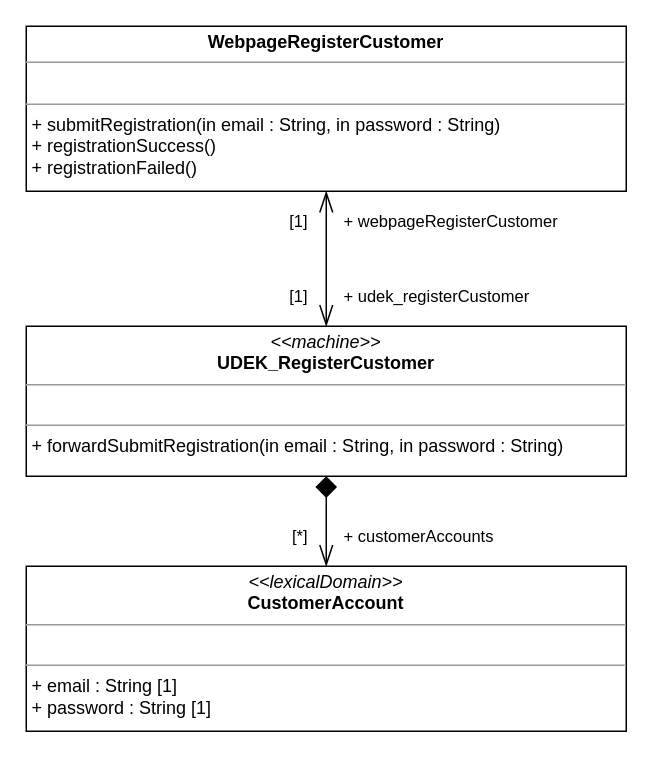
This is a06_class_diagram_RegisterCustomer.drawio from melvdlin/swtlab, a draw.io file, before an edit. Source tidied: cells renumbered, new cells numbered last; positions are measured from the earlier drawing's top-left corner, leaving out a move shared by most shapes. Both pictures are drawn from the tidied source at 150%, with x=0, y=0 at pixel (26, 26).
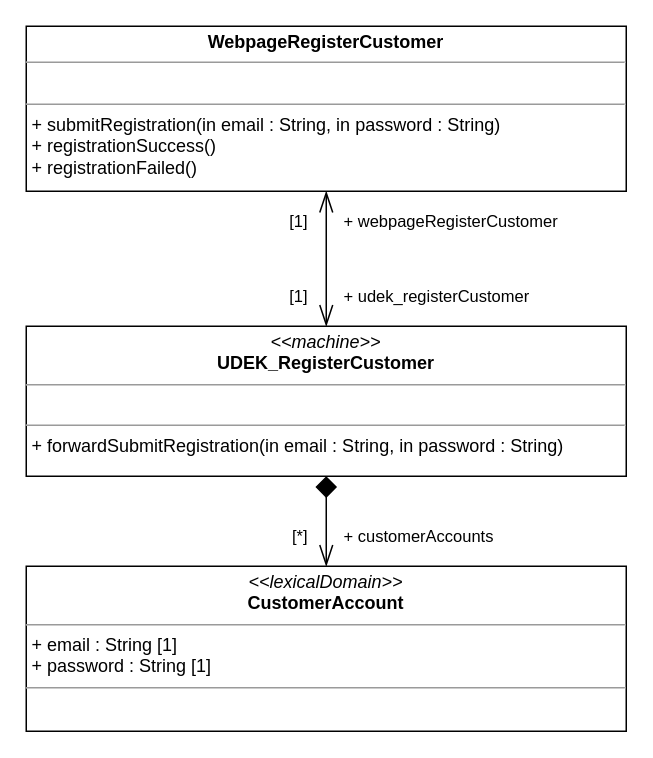
After the change.

The edit, as a diff of the source:
```diff
@@
 <mxGraphModel>
   <root>
     <mxCell id="0" />
     <mxCell id="1" parent="0" />
     <mxCell id="2" style="rounded=0;jettySize=auto;html=1;startArrow=openThin;startFill=0;endArrow=openThin;endFill=0;endSize=12;startSize=12;" parent="1" edge="1" source="4" target="5">
       <mxGeometry relative="1" as="geometry" />
     </mxCell>
     <mxCell id="3" style="edgeStyle=none;shape=connector;rounded=0;jettySize=auto;html=1;labelBackgroundColor=default;fontFamily=Helvetica;fontSize=11;fontColor=default;startArrow=diamond;startFill=1;endArrow=openThin;endFill=0;startSize=12;endSize=12;strokeColor=default;" parent="1" edge="1" source="4" target="8">
       <mxGeometry relative="1" as="geometry" />
     </mxCell>
     <mxCell id="4" value="&lt;p style=&quot;margin: 0px ; margin-top: 4px ; text-align: center&quot;&gt;&lt;i&gt;&amp;lt;&amp;lt;machine&amp;gt;&amp;gt;&lt;/i&gt;&lt;br&gt;&lt;b&gt;UDEK_RegisterCustomer&lt;/b&gt;&lt;/p&gt;&lt;hr size=&quot;1&quot;&gt;&lt;p style=&quot;margin: 0px ; margin-left: 4px&quot;&gt;&lt;br&gt;&lt;/p&gt;&lt;hr size=&quot;1&quot;&gt;&lt;p style=&quot;margin: 0px ; margin-left: 4px&quot;&gt;+ forwardSubmitRegistration(in email : String, in password : String)&lt;br&gt;&lt;/p&gt;" style="verticalAlign=top;align=left;overflow=fill;fontSize=12;fontFamily=Helvetica;html=1;rounded=0;shadow=0;glass=0;comic=0;sketch=0;fontColor=default;gradientColor=none;" parent="1" vertex="1">
       <mxGeometry y="200" width="400" height="100" as="geometry" />
     </mxCell>
     <mxCell id="5" value="&lt;p style=&quot;margin: 0px ; margin-top: 4px ; text-align: center&quot;&gt;&lt;b&gt;WebpageRegisterCustomer&lt;/b&gt;&lt;/p&gt;&lt;hr size=&quot;1&quot;&gt;&lt;p style=&quot;margin: 0px ; margin-left: 4px&quot;&gt;&lt;br&gt;&lt;/p&gt;&lt;hr size=&quot;1&quot;&gt;&lt;p style=&quot;margin: 0px ; margin-left: 4px&quot;&gt;+ submitRegistration(in email : String, in password : String)&lt;/p&gt;&lt;p style=&quot;margin: 0px ; margin-left: 4px&quot;&gt;+ registrationSuccess()&lt;/p&gt;&lt;p style=&quot;margin: 0px ; margin-left: 4px&quot;&gt;+ registrationFailed()&lt;/p&gt;" style="verticalAlign=top;align=left;overflow=fill;fontSize=12;fontFamily=Helvetica;html=1;" parent="1" vertex="1">
       <mxGeometry width="400" height="110" as="geometry" />
     </mxCell>
     <mxCell id="6" value="[1]" style="text;html=1;strokeColor=none;fillColor=none;align=right;verticalAlign=middle;whiteSpace=wrap;rounded=0;fontFamily=Helvetica;fontSize=11;fontColor=default;" parent="1" vertex="1">
       <mxGeometry x="170" y="120" width="20" height="20" as="geometry" />
     </mxCell>
     <mxCell id="7" value="+ webpageRegisterCustomer" style="text;html=1;strokeColor=none;fillColor=none;align=left;verticalAlign=middle;whiteSpace=wrap;rounded=0;fontFamily=Helvetica;fontSize=11;fontColor=default;" parent="1" vertex="1">
       <mxGeometry x="210" y="120" width="180" height="20" as="geometry" />
     </mxCell>
-    <mxCell id="8" value="&lt;p style=&quot;margin: 0px ; margin-top: 4px ; text-align: center&quot;&gt;&lt;i&gt;&amp;lt;&amp;lt;lexicalDomain&amp;gt;&amp;gt;&lt;/i&gt;&lt;br&gt;&lt;b&gt;CustomerAccount&lt;/b&gt;&lt;/p&gt;&lt;hr size=&quot;1&quot;&gt;&lt;p style=&quot;margin: 0px ; margin-left: 4px&quot;&gt;&lt;br&gt;&lt;/p&gt;&lt;hr size=&quot;1&quot;&gt;&lt;p style=&quot;margin: 0px ; margin-left: 4px&quot;&gt;+ email : String [1]&lt;br&gt;&lt;/p&gt;&lt;p style=&quot;margin: 0px ; margin-left: 4px&quot;&gt;+ password : String [1]&lt;/p&gt;" style="verticalAlign=top;align=left;overflow=fill;fontSize=12;fontFamily=Helvetica;html=1;rounded=0;shadow=0;glass=0;comic=0;sketch=0;fontColor=default;gradientColor=none;" parent="1" vertex="1">
+    <mxCell id="8" value="&lt;p style=&quot;margin: 0px ; margin-top: 4px ; text-align: center&quot;&gt;&lt;i&gt;&amp;lt;&amp;lt;lexicalDomain&amp;gt;&amp;gt;&lt;/i&gt;&lt;br&gt;&lt;b&gt;CustomerAccount&lt;/b&gt;&lt;/p&gt;&lt;hr size=&quot;1&quot;&gt;&lt;p style=&quot;margin: 0px 0px 0px 4px&quot;&gt;+ email : String [1]&lt;br&gt;&lt;/p&gt;&lt;p style=&quot;margin: 0px 0px 0px 4px&quot;&gt;+ password : String [1]&lt;/p&gt;&lt;hr size=&quot;1&quot;&gt;&lt;p style=&quot;margin: 0px ; margin-left: 4px&quot;&gt;&lt;br&gt;&lt;/p&gt;" style="verticalAlign=top;align=left;overflow=fill;fontSize=12;fontFamily=Helvetica;html=1;rounded=0;shadow=0;glass=0;comic=0;sketch=0;fontColor=default;gradientColor=none;" parent="1" vertex="1">
       <mxGeometry y="360" width="400" height="110" as="geometry" />
     </mxCell>
     <mxCell id="9" value="[1]" style="text;html=1;strokeColor=none;fillColor=none;align=right;verticalAlign=middle;whiteSpace=wrap;rounded=0;fontFamily=Helvetica;fontSize=11;fontColor=default;" parent="1" vertex="1">
       <mxGeometry x="170" y="170" width="20" height="20" as="geometry" />
     </mxCell>
     <mxCell id="10" value="+ udek_registerCustomer" style="text;html=1;strokeColor=none;fillColor=none;align=left;verticalAlign=middle;whiteSpace=wrap;rounded=0;fontFamily=Helvetica;fontSize=11;fontColor=default;" parent="1" vertex="1">
       <mxGeometry x="210" y="170" width="180" height="20" as="geometry" />
     </mxCell>
     <mxCell id="11" value="[*]" style="text;html=1;strokeColor=none;fillColor=none;align=right;verticalAlign=middle;whiteSpace=wrap;rounded=0;fontFamily=Helvetica;fontSize=11;fontColor=default;" parent="1" vertex="1">
       <mxGeometry x="170" y="330" width="20" height="20" as="geometry" />
     </mxCell>
     <mxCell id="12" value="+ customerAccounts" style="text;html=1;strokeColor=none;fillColor=none;align=left;verticalAlign=middle;whiteSpace=wrap;rounded=0;fontFamily=Helvetica;fontSize=11;fontColor=default;" parent="1" vertex="1">
       <mxGeometry x="210" y="330" width="180" height="20" as="geometry" />
     </mxCell>
   </root>
 </mxGraphModel>
```
